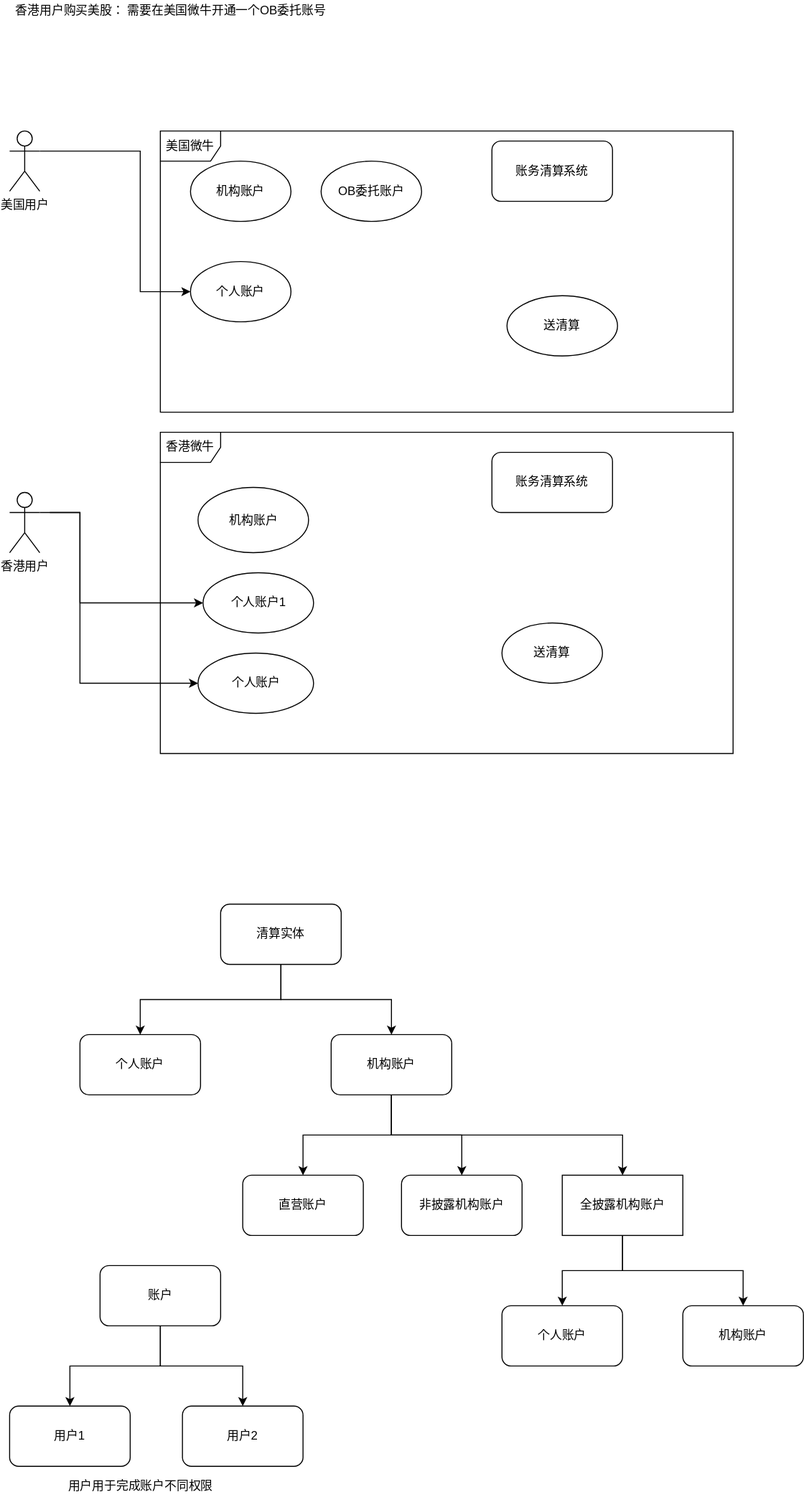
Above: 未命名绘图.svg in dengying/MyLCT (draw.io), before the change. Source tidied: cells renumbered, new cells last; positions are measured from the earlier drawing's top-left corner, leaving out a move shared by most shapes.
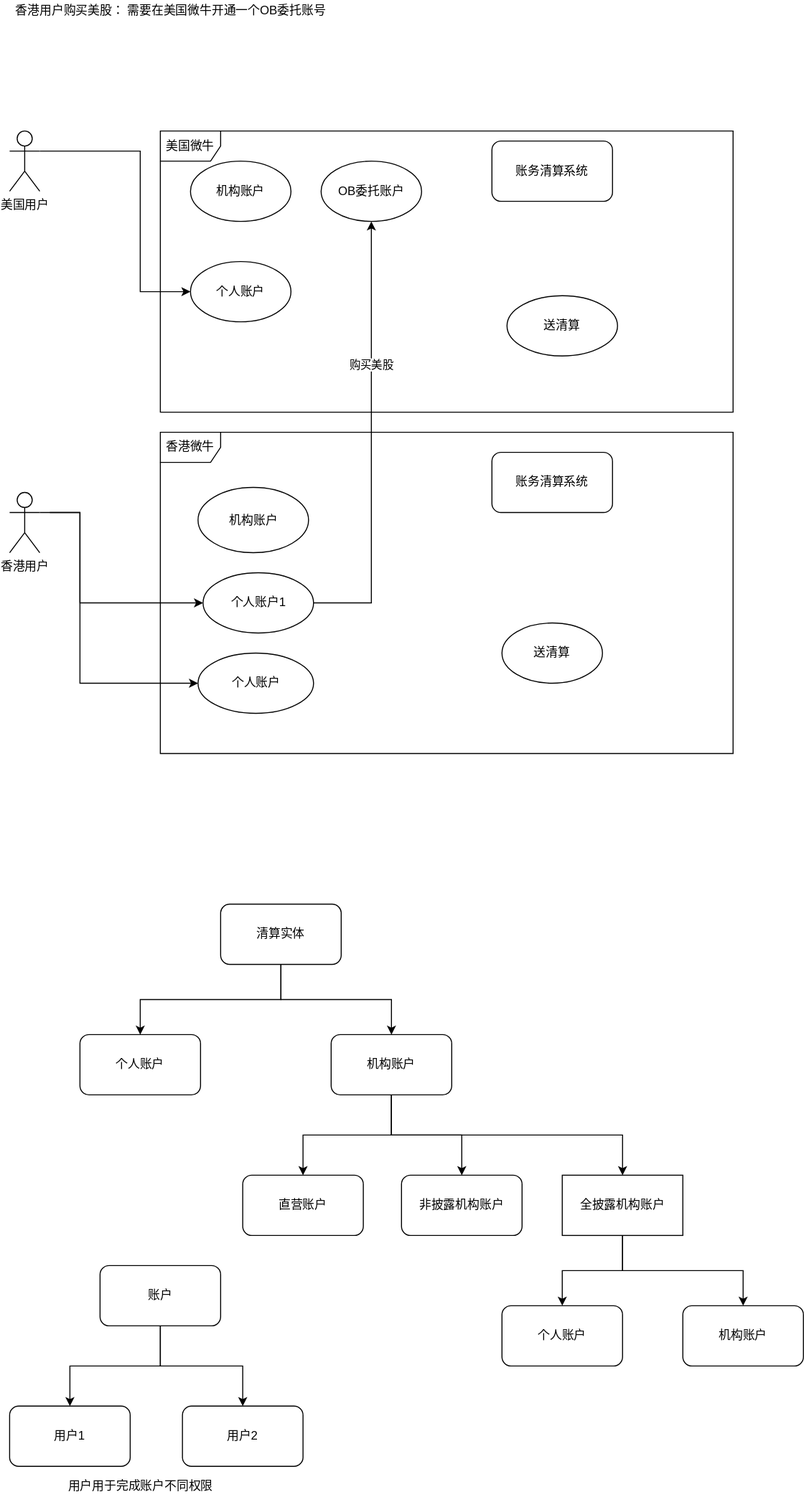
Above is the later version.

Commit message:
更新未命名绘图.svg

Change to the diagram source:
```diff
@@ -60,6 +60,14 @@
     <mxCell id="15" value="送清算" style="ellipse;whiteSpace=wrap;html=1;" parent="1" vertex="1">
       <mxGeometry x="495" y="294" width="110" height="60" as="geometry" />
     </mxCell>
+    <mxCell id="41" style="edgeStyle=orthogonalEdgeStyle;rounded=0;jettySize=auto;html=1;entryX=0.5;entryY=1;entryDx=0;entryDy=0;" parent="1" edge="1" source="16" target="34">
+      <mxGeometry relative="1" as="geometry" />
+    </mxCell>
+    <mxCell id="42" value="购买美股" style="edgeLabel;html=1;align=center;verticalAlign=middle;" parent="41" vertex="1">
+      <mxGeometry x="0.35" y="1" relative="1" as="geometry">
+        <mxPoint y="1" as="offset" />
+      </mxGeometry>
+    </mxCell>
     <mxCell id="16" value="个人账户1" style="ellipse;whiteSpace=wrap;html=1;" parent="1" vertex="1">
       <mxGeometry x="192.5" y="570" width="110" height="60" as="geometry" />
     </mxCell>
```
